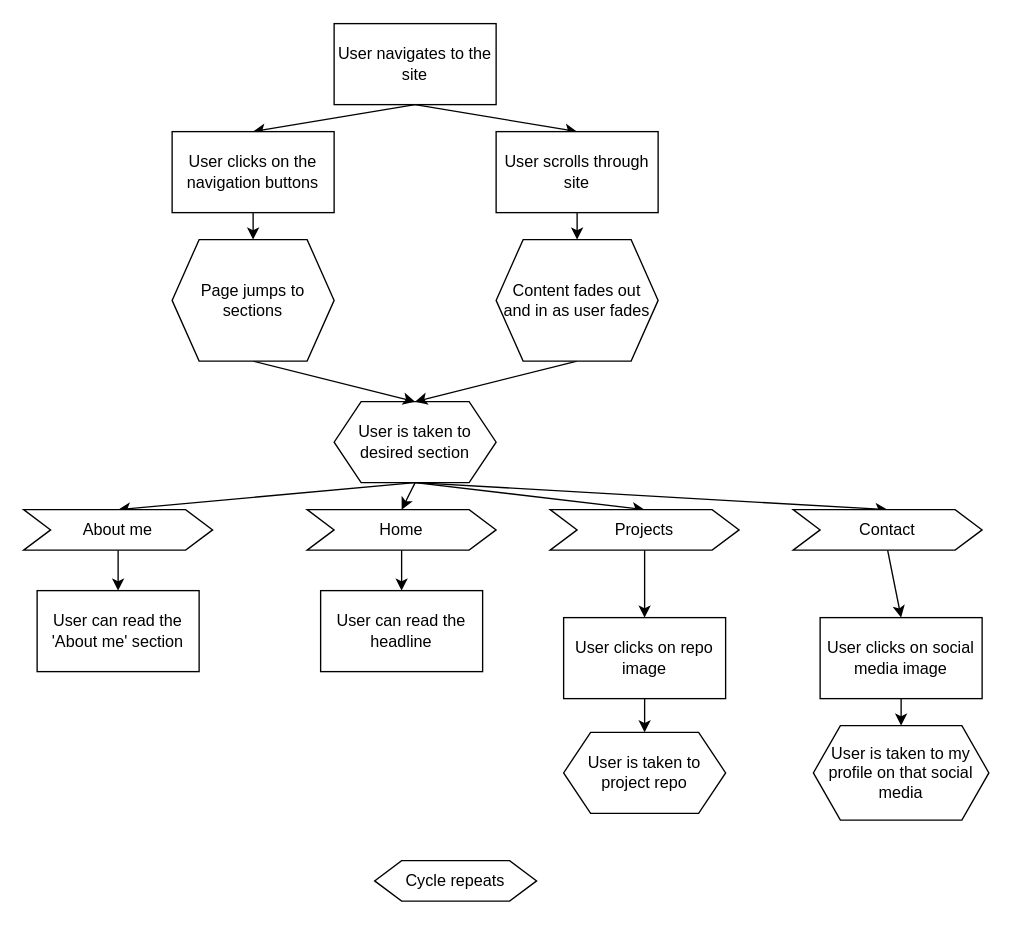
Stevens-97/portfolio-site keeps this draw.io diagram as planning/userStory.drawio. Above is the earlier version. Source tidied: cells renumbered, new cells numbered last; positions are measured from the earlier drawing's top-left corner, leaving out a move shared by most shapes. Both pictures are drawn from the tidied source at 135%, with x=0, y=0 at pixel (23, 23).
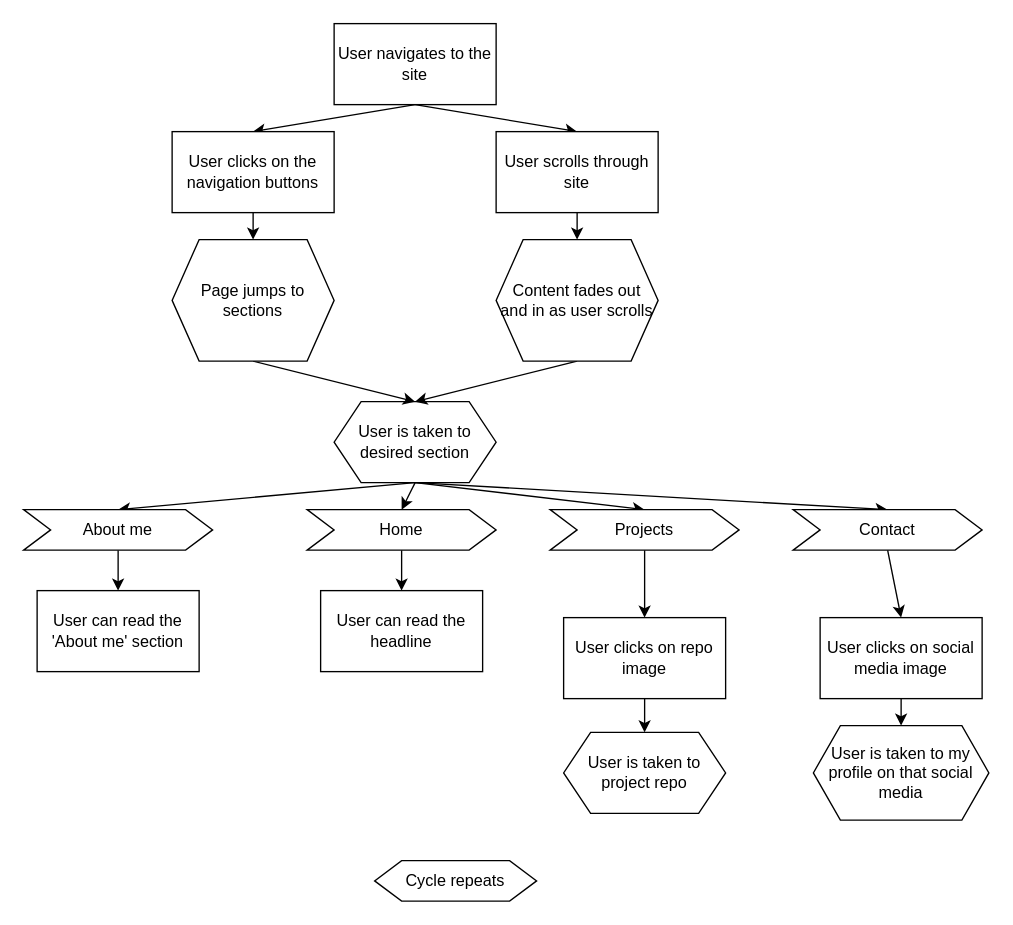
The same diagram, later.

Commit message (it also covers changes not shown here):
Fixed type in user story

What changed in the source:
```diff
@@
-    <mxCell id="17" value="Content fades out and in as user fades" style="shape=hexagon;perimeter=hexagonPerimeter2;whiteSpace=wrap;html=1;fixedSize=1;" parent="1" vertex="1">
+    <mxCell id="17" value="Content fades out and in as user scrolls" style="shape=hexagon;perimeter=hexagonPerimeter2;whiteSpace=wrap;html=1;fixedSize=1;" parent="1" vertex="1">
       <mxGeometry x="350" y="160" width="120" height="90" as="geometry" />
     </mxCell>
```
